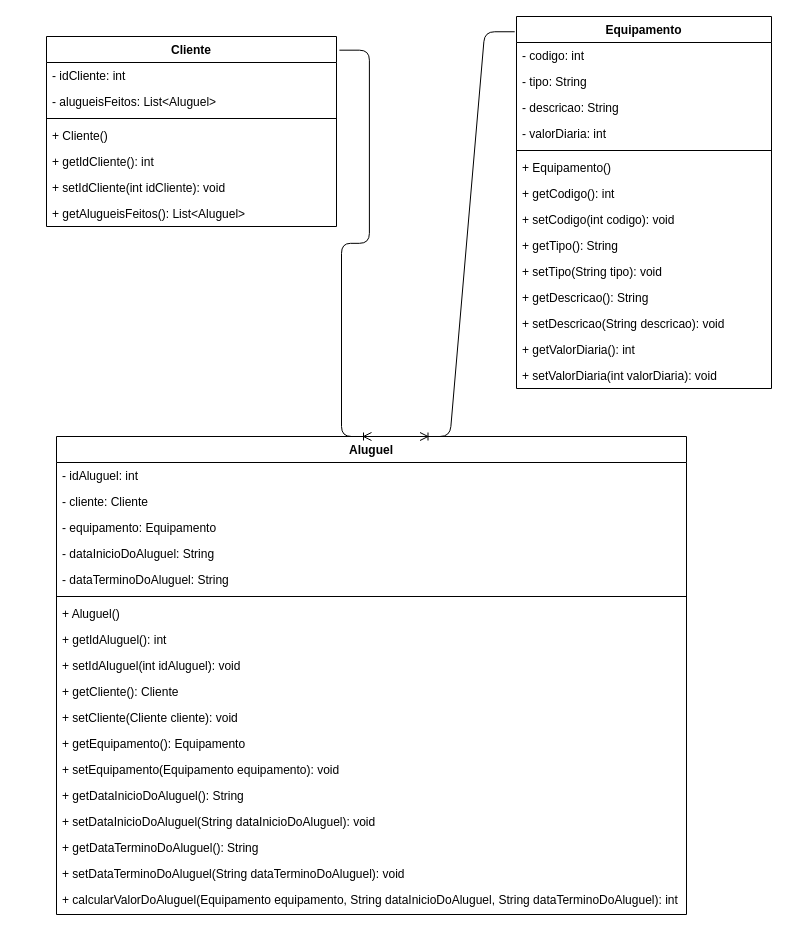
The draw.io diagram docs/diagramas/diagramaDeClasses.drawio in puc-aulas/lpm-noite-quarta-pl-luccaluchi, before the edit. Source tidied: cells renumbered, new cells numbered last; positions are measured from the earlier drawing's top-left corner, leaving out a move shared by most shapes. Both pictures are drawn from the tidied source at 100%, with x=0, y=0 at pixel (46, 16).
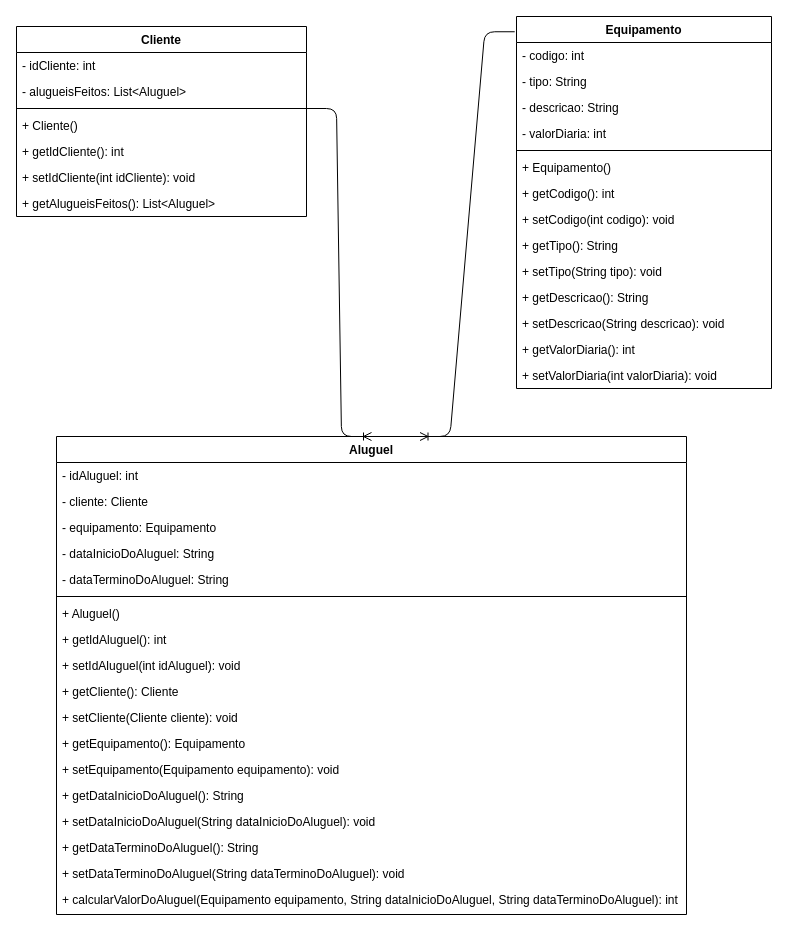
Above is the later version.

Commit message (it also covers changes not shown here):
:heavy_plus_sign: Atualizando README principal e gerando png do diagrama de classes

The change refers to these unchanged cells:
```xml
<mxCell id="5" style="line;strokeWidth=1;fillColor=none;align=left;verticalAlign=middle;spacingTop=-1;spacingLeft=3;spacingRight=3;labelPosition=right;points=[];portConstraint=eastwest;strokeColor=inherit;" parent="2" vertex="1">
  <mxGeometry y="78" width="290" height="8" as="geometry" />
</mxCell>
<mxCell id="25" value="Aluguel" style="swimlane;fontStyle=1;align=center;verticalAlign=top;horizontal=1;startSize=26;" parent="1" vertex="1">
  <mxGeometry x="10" y="420" width="630" height="478" as="geometry" />
</mxCell>
```

What changed in the source:
```diff
@@
     <mxCell id="2" value="Cliente" style="swimlane;fontStyle=1;align=center;verticalAlign=top;horizontal=1;startSize=26;" parent="1" vertex="1">
-      <mxGeometry y="20" width="290" height="190" as="geometry" />
+      <mxGeometry x="-30" y="10" width="290" height="190" as="geometry" />
     </mxCell>
@@
-    <mxCell id="44" style="edgeStyle=entityRelationEdgeStyle;fontSize=12;html=1;endArrow=ERoneToMany;exitX=1.01;exitY=0.072;exitDx=0;exitDy=0;exitPerimeter=0;entryX=0.5;entryY=0;entryDx=0;entryDy=0;" parent="1" edge="1" source="2" target="25">
+    <mxCell id="44" style="edgeStyle=entityRelationEdgeStyle;fontSize=12;html=1;endArrow=ERoneToMany;entryX=0.5;entryY=0;entryDx=0;entryDy=0;" parent="1" edge="1" source="5" target="25">
       <mxGeometry relative="1" as="geometry" />
     </mxCell>
```
